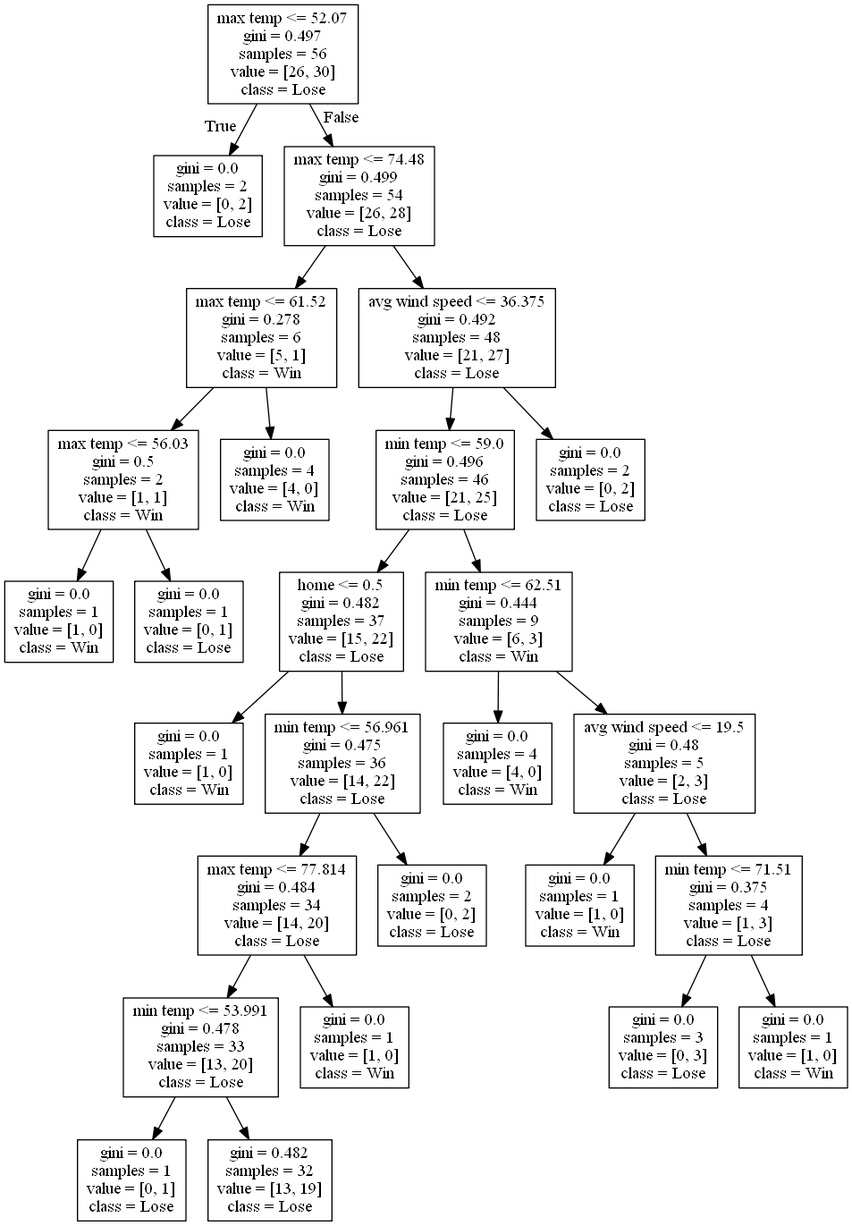
alexana-steck/CSE482Project keeps this Graphviz diagram as DecisionTrees/decision_tree_no_score_or_attendance13.png. Above is the earlier version. Its source is kept beside it as DecisionTrees/decision_tree_no_score_or_attendance13.dot.
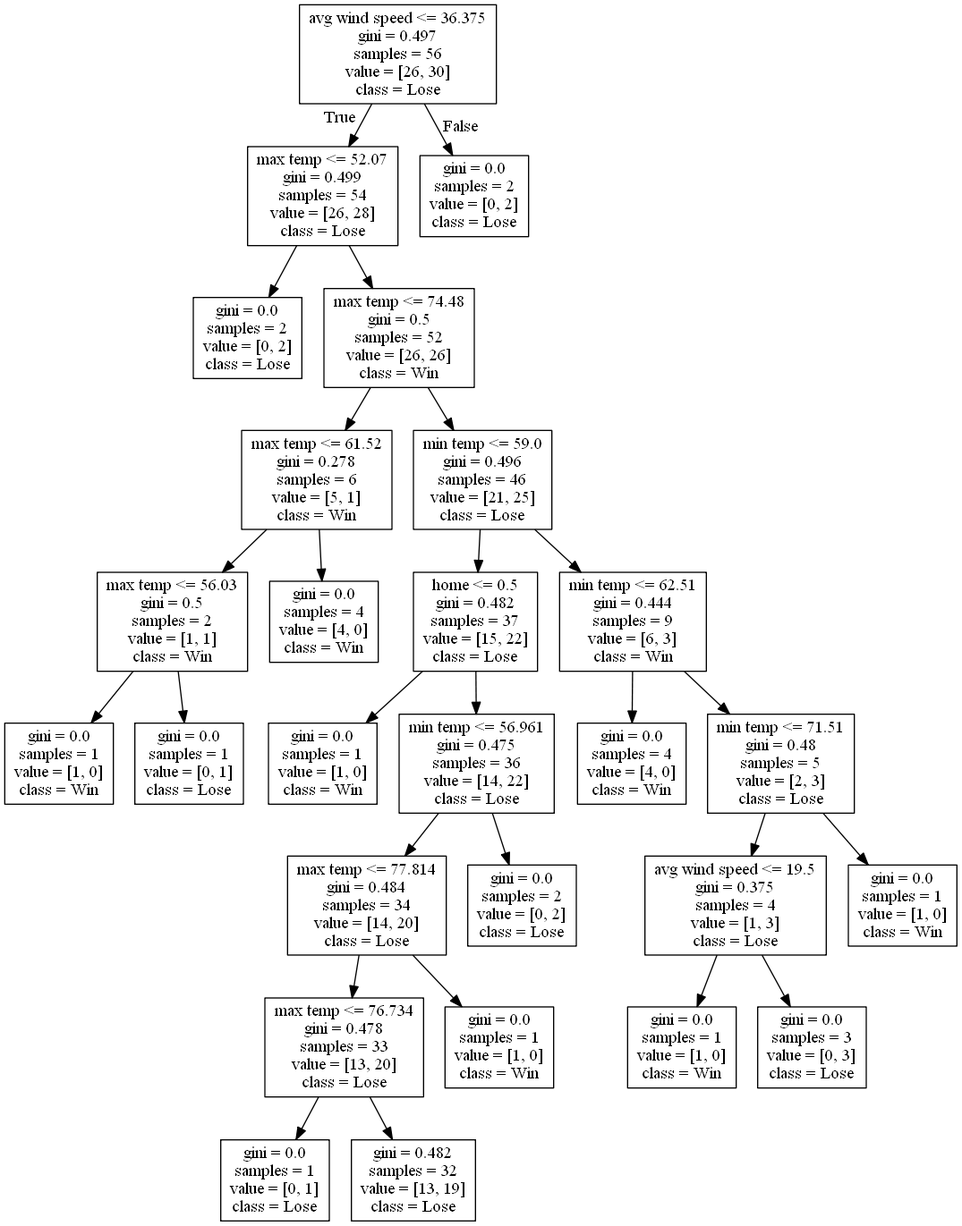
After the commit.

Diff of the diagram source:
```diff
@@ -1,24 +1,24 @@
 digraph Tree {
 node [shape=box] ;
-0 [label="max temp <= 52.07\ngini = 0.497\nsamples = 56\nvalue = [26, 30]\nclass = Lose"] ;
-1 [label="gini = 0.0\nsamples = 2\nvalue = [0, 2]\nclass = Lose"] ;
+0 [label="avg wind speed <= 36.375\ngini = 0.497\nsamples = 56\nvalue = [26, 30]\nclass = Lose"] ;
+1 [label="max temp <= 52.07\ngini = 0.499\nsamples = 54\nvalue = [26, 28]\nclass = Lose"] ;
 0 -> 1 [labeldistance=2.5, labelangle=45, headlabel="True"] ;
-2 [label="max temp <= 74.48\ngini = 0.499\nsamples = 54\nvalue = [26, 28]\nclass = Lose"] ;
-0 -> 2 [labeldistance=2.5, labelangle=-45, headlabel="False"] ;
-3 [label="max temp <= 61.52\ngini = 0.278\nsamples = 6\nvalue = [5, 1]\nclass = Win"] ;
-2 -> 3 ;
-4 [label="max temp <= 56.03\ngini = 0.5\nsamples = 2\nvalue = [1, 1]\nclass = Win"] ;
+2 [label="gini = 0.0\nsamples = 2\nvalue = [0, 2]\nclass = Lose"] ;
+1 -> 2 ;
+3 [label="max temp <= 74.48\ngini = 0.5\nsamples = 52\nvalue = [26, 26]\nclass = Win"] ;
+1 -> 3 ;
+4 [label="max temp <= 61.52\ngini = 0.278\nsamples = 6\nvalue = [5, 1]\nclass = Win"] ;
 3 -> 4 ;
-5 [label="gini = 0.0\nsamples = 1\nvalue = [1, 0]\nclass = Win"] ;
+5 [label="max temp <= 56.03\ngini = 0.5\nsamples = 2\nvalue = [1, 1]\nclass = Win"] ;
 4 -> 5 ;
-6 [label="gini = 0.0\nsamples = 1\nvalue = [0, 1]\nclass = Lose"] ;
-4 -> 6 ;
-7 [label="gini = 0.0\nsamples = 4\nvalue = [4, 0]\nclass = Win"] ;
-3 -> 7 ;
-8 [label="avg wind speed <= 36.375\ngini = 0.492\nsamples = 48\nvalue = [21, 27]\nclass = Lose"] ;
-2 -> 8 ;
+6 [label="gini = 0.0\nsamples = 1\nvalue = [1, 0]\nclass = Win"] ;
+5 -> 6 ;
+7 [label="gini = 0.0\nsamples = 1\nvalue = [0, 1]\nclass = Lose"] ;
+5 -> 7 ;
+8 [label="gini = 0.0\nsamples = 4\nvalue = [4, 0]\nclass = Win"] ;
+4 -> 8 ;
 9 [label="min temp <= 59.0\ngini = 0.496\nsamples = 46\nvalue = [21, 25]\nclass = Lose"] ;
-8 -> 9 ;
+3 -> 9 ;
 10 [label="home <= 0.5\ngini = 0.482\nsamples = 37\nvalue = [15, 22]\nclass = Lose"] ;
 9 -> 10 ;
 11 [label="gini = 0.0\nsamples = 1\nvalue = [1, 0]\nclass = Win"] ;
@@ -27,7 +27,7 @@
 10 -> 12 ;
 13 [label="max temp <= 77.814\ngini = 0.484\nsamples = 34\nvalue = [14, 20]\nclass = Lose"] ;
 12 -> 13 ;
-14 [label="min temp <= 53.991\ngini = 0.478\nsamples = 33\nvalue = [13, 20]\nclass = Lose"] ;
+14 [label="max temp <= 76.734\ngini = 0.478\nsamples = 33\nvalue = [13, 20]\nclass = Lose"] ;
 13 -> 14 ;
 15 [label="gini = 0.0\nsamples = 1\nvalue = [0, 1]\nclass = Lose"] ;
 14 -> 15 ;
@@ -41,16 +41,16 @@
 9 -> 19 ;
 20 [label="gini = 0.0\nsamples = 4\nvalue = [4, 0]\nclass = Win"] ;
 19 -> 20 ;
-21 [label="avg wind speed <= 19.5\ngini = 0.48\nsamples = 5\nvalue = [2, 3]\nclass = Lose"] ;
+21 [label="min temp <= 71.51\ngini = 0.48\nsamples = 5\nvalue = [2, 3]\nclass = Lose"] ;
 19 -> 21 ;
-22 [label="gini = 0.0\nsamples = 1\nvalue = [1, 0]\nclass = Win"] ;
+22 [label="avg wind speed <= 19.5\ngini = 0.375\nsamples = 4\nvalue = [1, 3]\nclass = Lose"] ;
 21 -> 22 ;
-23 [label="min temp <= 71.51\ngini = 0.375\nsamples = 4\nvalue = [1, 3]\nclass = Lose"] ;
-21 -> 23 ;
+23 [label="gini = 0.0\nsamples = 1\nvalue = [1, 0]\nclass = Win"] ;
+22 -> 23 ;
 24 [label="gini = 0.0\nsamples = 3\nvalue = [0, 3]\nclass = Lose"] ;
-23 -> 24 ;
+22 -> 24 ;
 25 [label="gini = 0.0\nsamples = 1\nvalue = [1, 0]\nclass = Win"] ;
-23 -> 25 ;
+21 -> 25 ;
 26 [label="gini = 0.0\nsamples = 2\nvalue = [0, 2]\nclass = Lose"] ;
-8 -> 26 ;
+0 -> 26 [labeldistance=2.5, labelangle=-45, headlabel="False"] ;
 }
```
